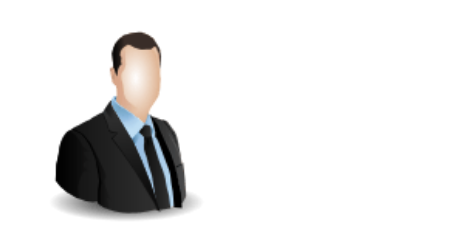
Above: Unique/Paper Safe Wallet.drawio in hanggaa/Diagram (draw.io), before the change. Source tidied: cells renumbered, new cells numbered last; positions are measured from the earlier drawing's top-left corner, leaving out a move shared by most shapes. Both pictures are drawn from the tidied source at 165%, with x=0, y=0 at pixel (26, 26).
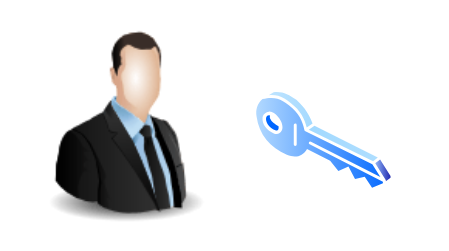
After the change.

Diff of the diagram source:
```diff
@@
 <mxGraphModel>
   <root>
     <mxCell id="0" />
     <mxCell id="1" parent="0" />
     <mxCell id="2" style="image;html=1;image=img/lib/clip_art/people/Suit_Man_128x128.png;" parent="1" vertex="1">
       <mxGeometry width="120" height="120" as="geometry" />
     </mxCell>
+    <mxCell id="3" style="image;perimeter=ellipsePerimeter;html=1;align=center;shadow=0;dashed=0;spacingTop=3;image=img/lib/active_directory/key.svg;" parent="1" vertex="1">
+      <mxGeometry x="120" y="38" width="120" height="62" as="geometry" />
+    </mxCell>
   </root>
 </mxGraphModel>
```
